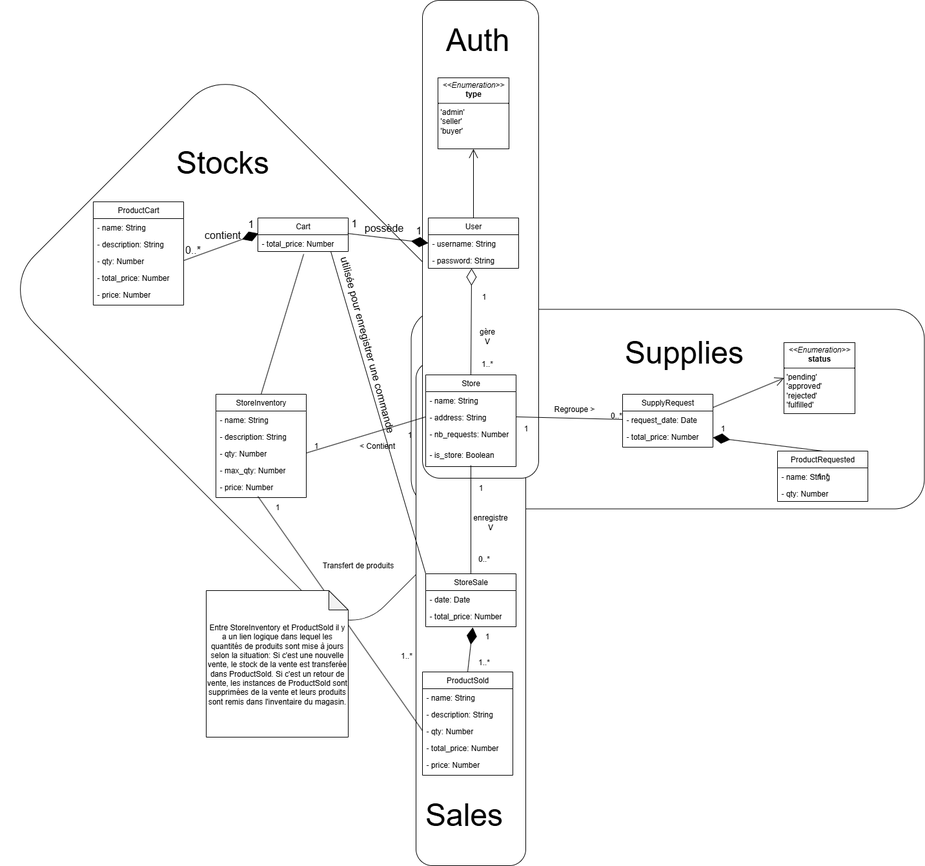
This is docs/UML/diag_vue_logique.drawio.png from PraMaks/LOG430_Labo_0, a draw.io export, as it was before one commit. Source tidied: cells renumbered, new cells last; positions are measured from the earlier drawing's top-left corner, leaving out a move shared by most shapes.
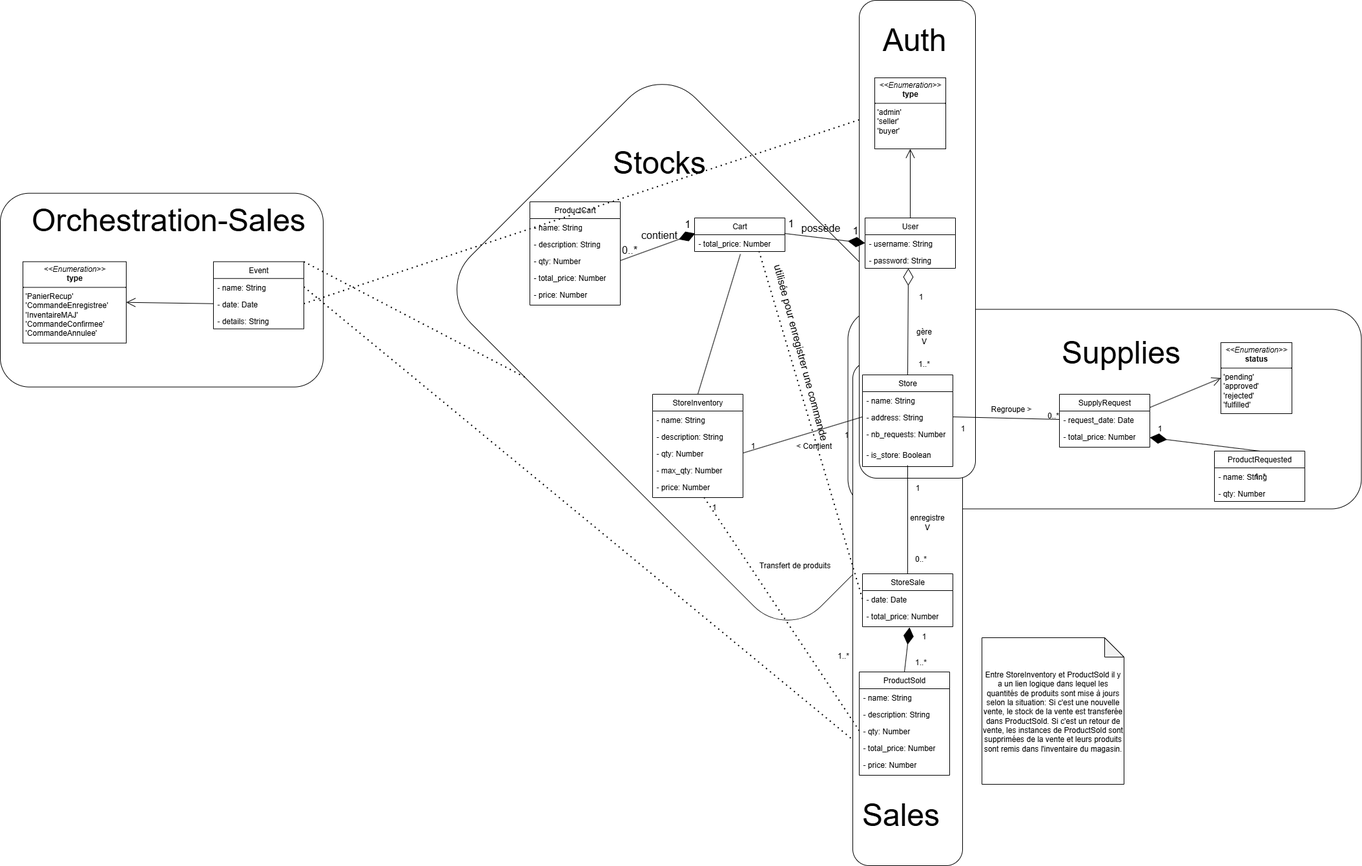
After the commit.

The edit, as a diff of the source:
```diff
@@ -2,6 +2,9 @@
   <root>
     <mxCell id="0" />
     <mxCell id="1" parent="0" />
+    <mxCell id="89" style="rounded=1;whiteSpace=wrap;html=1;strokeColor=light-dark(#000000,#7F00FF);" parent="1" vertex="1">
+      <mxGeometry x="-738" y="298.7" width="500" height="300" as="geometry" />
+    </mxCell>
     <mxCell id="2" style="rounded=1;whiteSpace=wrap;html=1;rotation=45;strokeColor=light-dark(#000000,#FF0000);" parent="1" vertex="1">
       <mxGeometry x="0.3" y="298.7" width="767" height="492.4" as="geometry" />
     </mxCell>
@@ -149,9 +152,6 @@
     <mxCell id="50" value="Regroupe &amp;gt;" style="text;html=1;align=center;verticalAlign=middle;strokeColor=none;fillColor=none;" parent="1" vertex="1">
       <mxGeometry x="782" y="618" width="90" height="30" as="geometry" />
     </mxCell>
-    <mxCell id="51" style="endArrow=none;html=1;rounded=0;entryX=0.464;entryY=0.933;entryDx=0;entryDy=0;entryPerimeter=0;exitX=0;exitY=0.5;exitDx=0;exitDy=0;" parent="1" edge="1" source="20" target="16">
-      <mxGeometry relative="1" as="geometry" />
-    </mxCell>
     <mxCell id="52" value="1" style="text;html=1;align=center;verticalAlign=middle;strokeColor=none;fillColor=none;" parent="1" vertex="1">
       <mxGeometry x="352" y="770" width="30" height="30" as="geometry" />
     </mxCell>
@@ -162,7 +162,7 @@
       <mxGeometry x="427" y="860" width="130" height="30" as="geometry" />
     </mxCell>
     <mxCell id="55" value="Entre StoreInventory et ProductSold il y a un lien logique dans lequel les quantités de produits sont mise à jours selon la situation: Si c'est une nouvelle vente, le stock de la vente est transferée dans ProductSold. Si c'est un retour de vente, les instances de ProductSold sont supprimées de la vente et leurs produits sont remis dans l'inventaire du magasin." style="shape=note;whiteSpace=wrap;html=1;backgroundOutline=1;darkOpacity=0.05;" parent="1" vertex="1">
-      <mxGeometry x="257" y="914" width="220" height="227" as="geometry" />
+      <mxGeometry x="782" y="987" width="220" height="227" as="geometry" />
     </mxCell>
     <mxCell id="56" value="User" style="swimlane;fontStyle=0;horizontal=1;startSize=26;fillColor=none;whiteSpace=wrap;html=1;" parent="1" vertex="1">
       <mxGeometry x="601" y="337" width="140" height="78" as="geometry" />
@@ -242,11 +242,8 @@
     <mxCell id="81" value="contient" style="text;html=1;align=center;verticalAlign=middle;strokeColor=none;fillColor=none;fontSize=16;" parent="1" vertex="1">
       <mxGeometry x="242" y="348" width="80" height="30" as="geometry" />
     </mxCell>
-    <mxCell id="82" style="endArrow=none;html=1;rounded=0;fontSize=12;startSize=8;endSize=8;curved=1;entryX=0.807;entryY=1;entryDx=0;entryDy=0;entryPerimeter=0;exitX=0;exitY=0;exitDx=0;exitDy=0;" parent="1" edge="1" source="23" target="66">
-      <mxGeometry relative="1" as="geometry" />
-    </mxCell>
     <mxCell id="83" value="utilisée pour enregistrer une commande" style="text;html=1;align=center;verticalAlign=middle;strokeColor=none;fillColor=none;fontSize=16;rotation=75;" parent="1" vertex="1">
-      <mxGeometry x="352" y="518" width="310" height="30" as="geometry" />
+      <mxGeometry x="347" y="529.9" width="310" height="30" as="geometry" />
     </mxCell>
     <mxCell id="84" value="enregistre&lt;br&gt;V" style="text;html=1;align=center;verticalAlign=middle;strokeColor=none;fillColor=none;" parent="1" vertex="1">
       <mxGeometry x="657" y="787.5" width="80" height="40" as="geometry" />
@@ -263,5 +260,41 @@
     <mxCell id="88" value="&lt;font style=&quot;font-size: 48px;&quot;&gt;Sales&lt;/font&gt;" style="text;html=1;align=center;verticalAlign=middle;strokeColor=none;fillColor=none;" parent="1" vertex="1">
       <mxGeometry x="571" y="1220" width="170" height="82" as="geometry" />
     </mxCell>
+    <mxCell id="51" style="endArrow=none;dashed=1;html=1;dashPattern=1 3;strokeWidth=2;rounded=0;strokeColor=default;align=center;verticalAlign=middle;fontFamily=Helvetica;fontSize=12;fontColor=default;labelBackgroundColor=default;startSize=8;endSize=8;curved=1;exitX=0;exitY=0.5;exitDx=0;exitDy=0;" parent="1" edge="1" source="20" target="16">
+      <mxGeometry relative="1" as="geometry" />
+    </mxCell>
+    <mxCell id="90" style="endArrow=none;dashed=1;html=1;dashPattern=1 3;strokeWidth=2;rounded=0;strokeColor=default;align=center;verticalAlign=middle;fontFamily=Helvetica;fontSize=12;fontColor=default;labelBackgroundColor=default;startSize=8;endSize=8;curved=1;entryX=0.714;entryY=1;entryDx=0;entryDy=0;entryPerimeter=0;exitX=0;exitY=0.5;exitDx=0;exitDy=0;" parent="1" edge="1" source="24" target="66">
+      <mxGeometry relative="1" as="geometry" />
+    </mxCell>
+    <mxCell id="91" value="Event" style="swimlane;fontStyle=0;horizontal=1;startSize=26;fillColor=none;whiteSpace=wrap;html=1;" parent="1" vertex="1">
+      <mxGeometry x="-408" y="404.7" width="140" height="104" as="geometry" />
+    </mxCell>
+    <mxCell id="92" value="- name: String" style="text;strokeColor=none;fillColor=none;align=left;verticalAlign=top;spacingLeft=4;spacingRight=4;overflow=hidden;points=[[0,0.5],[1,0.5]];portConstraint=eastwest;whiteSpace=wrap;html=1;" parent="91" vertex="1">
+      <mxGeometry y="26" width="140" height="26" as="geometry" />
+    </mxCell>
+    <mxCell id="93" value="- date: Date" style="text;strokeColor=none;fillColor=none;align=left;verticalAlign=top;spacingLeft=4;spacingRight=4;overflow=hidden;points=[[0,0.5],[1,0.5]];portConstraint=eastwest;whiteSpace=wrap;html=1;" parent="91" vertex="1">
+      <mxGeometry y="52" width="140" height="26" as="geometry" />
+    </mxCell>
+    <mxCell id="94" value="- details: String" style="text;strokeColor=none;fillColor=none;align=left;verticalAlign=top;spacingLeft=4;spacingRight=4;overflow=hidden;whiteSpace=wrap;html=1;" parent="91" vertex="1">
+      <mxGeometry y="78" width="140" height="26" as="geometry" />
+    </mxCell>
+    <mxCell id="95" value="&lt;p style=&quot;margin:0px;margin-top:4px;text-align:center;&quot;&gt;&lt;i&gt;&amp;lt;&amp;lt;Enumeration&amp;gt;&amp;gt;&lt;/i&gt;&lt;br&gt;&lt;b&gt;type&lt;/b&gt;&lt;/p&gt;&lt;hr size=&quot;1&quot; style=&quot;border-style:solid;&quot;&gt;&lt;p style=&quot;margin:0px;margin-left:4px;&quot;&gt;'PanierRecup'&lt;/p&gt;&lt;p style=&quot;margin:0px;margin-left:4px;&quot;&gt;'CommandeEnregistree'&lt;/p&gt;&lt;p style=&quot;margin:0px;margin-left:4px;&quot;&gt;'InventaireMAJ'&lt;/p&gt;&lt;p style=&quot;margin:0px;margin-left:4px;&quot;&gt;'CommandeConfirmee'&lt;/p&gt;&lt;p style=&quot;margin:0px;margin-left:4px;&quot;&gt;'CommandeAnnulee'&lt;/p&gt;" style="verticalAlign=top;align=left;overflow=fill;html=1;whiteSpace=wrap;" parent="1" vertex="1">
+      <mxGeometry x="-703" y="404.7" width="160" height="126" as="geometry" />
+    </mxCell>
+    <mxCell id="96" style="endArrow=open;endFill=1;endSize=12;html=1;rounded=0;exitX=0;exitY=0.5;exitDx=0;exitDy=0;entryX=1;entryY=0.5;entryDx=0;entryDy=0;" parent="1" edge="1" source="93" target="95">
+      <mxGeometry relative="1" as="geometry" />
+    </mxCell>
+    <mxCell id="97" value="&lt;font style=&quot;font-size: 48px;&quot;&gt;Orchestration-Sales&lt;/font&gt;" style="text;html=1;align=center;verticalAlign=middle;strokeColor=none;fillColor=none;" parent="1" vertex="1">
+      <mxGeometry x="-563" y="298.7" width="170" height="82" as="geometry" />
+    </mxCell>
+    <mxCell id="98" style="endArrow=none;dashed=1;html=1;dashPattern=1 3;strokeWidth=2;rounded=0;strokeColor=default;align=center;verticalAlign=middle;fontFamily=Helvetica;fontSize=12;fontColor=default;labelBackgroundColor=default;startSize=8;endSize=8;curved=1;entryX=0.25;entryY=1;entryDx=0;entryDy=0;exitX=1;exitY=0;exitDx=0;exitDy=0;" parent="1" edge="1" source="91" target="2">
+      <mxGeometry relative="1" as="geometry" />
+    </mxCell>
+    <mxCell id="99" style="endArrow=none;dashed=1;html=1;dashPattern=1 3;strokeWidth=2;rounded=0;strokeColor=default;align=center;verticalAlign=middle;fontFamily=Helvetica;fontSize=12;fontColor=default;labelBackgroundColor=default;startSize=8;endSize=8;curved=1;entryX=0;entryY=0.75;entryDx=0;entryDy=0;exitX=1;exitY=0.5;exitDx=0;exitDy=0;" parent="1" edge="1" source="92" target="4">
+      <mxGeometry relative="1" as="geometry" />
+    </mxCell>
+    <mxCell id="100" style="endArrow=none;dashed=1;html=1;dashPattern=1 3;strokeWidth=2;rounded=0;strokeColor=default;align=center;verticalAlign=middle;fontFamily=Helvetica;fontSize=12;fontColor=default;labelBackgroundColor=default;startSize=8;endSize=8;curved=1;entryX=0;entryY=0.25;entryDx=0;entryDy=0;exitX=1;exitY=0.5;exitDx=0;exitDy=0;" parent="1" edge="1" source="93" target="5">
+      <mxGeometry relative="1" as="geometry" />
+    </mxCell>
   </root>
 </mxGraphModel>
```
